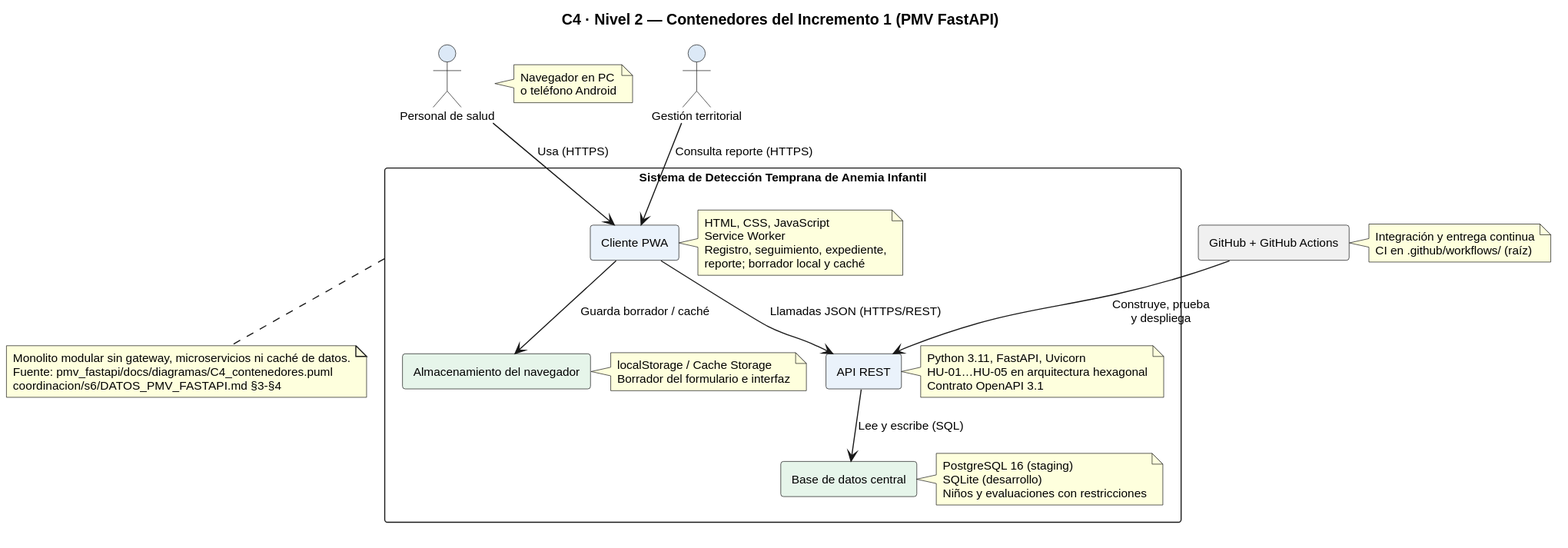
Above: diagramas/svg/53_s6_c4_contenedores_fastapi.svg in woshtsu/ProcesosSoftwareAnemia (PlantUML), before the change.
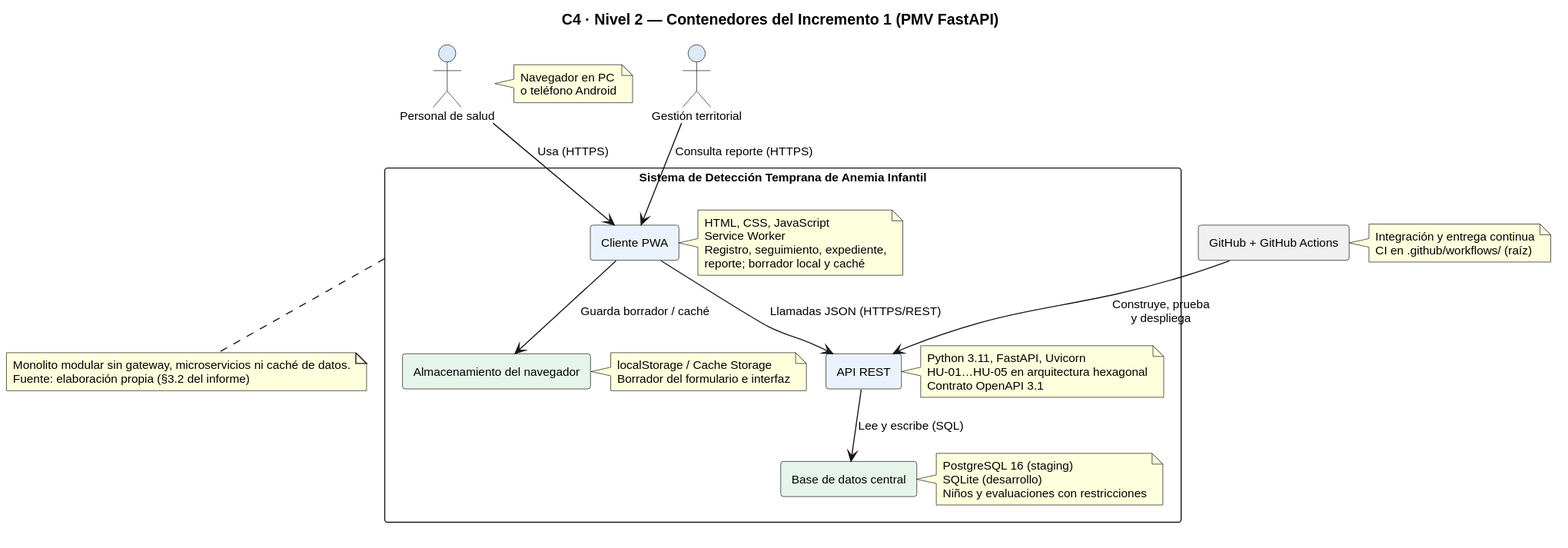
The same file after the commit.

What changed in the source:
```diff
@@ -59,7 +59,6 @@
 
 note bottom of boundary
   Monolito modular sin gateway, microservicios ni caché de datos.
-  Fuente: pmv_fastapi/docs/diagramas/C4_contenedores.puml
-  coordinacion/s6/DATOS_PMV_FASTAPI.md §3-§4
+  Fuente: elaboración propia (§3.2 del informe)
 end note
 @enduml
```
